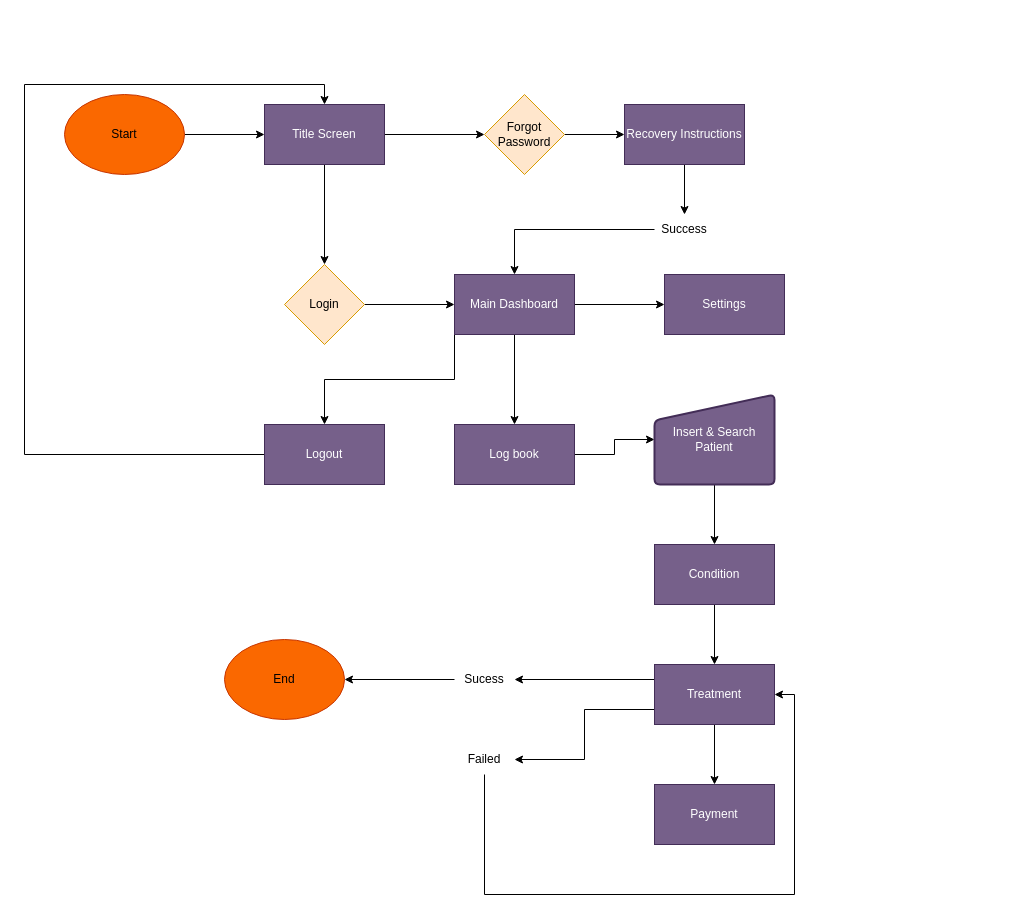
Above: Untitled Diagram.drawio in XeLTzy/my-second-repo (draw.io), before the change. Source tidied: cells renumbered, new cells numbered last; positions are measured from the earlier drawing's top-left corner, leaving out a move shared by most shapes. Both pictures are drawn from the tidied source at 100%, with x=0, y=0 at pixel (24, 84).
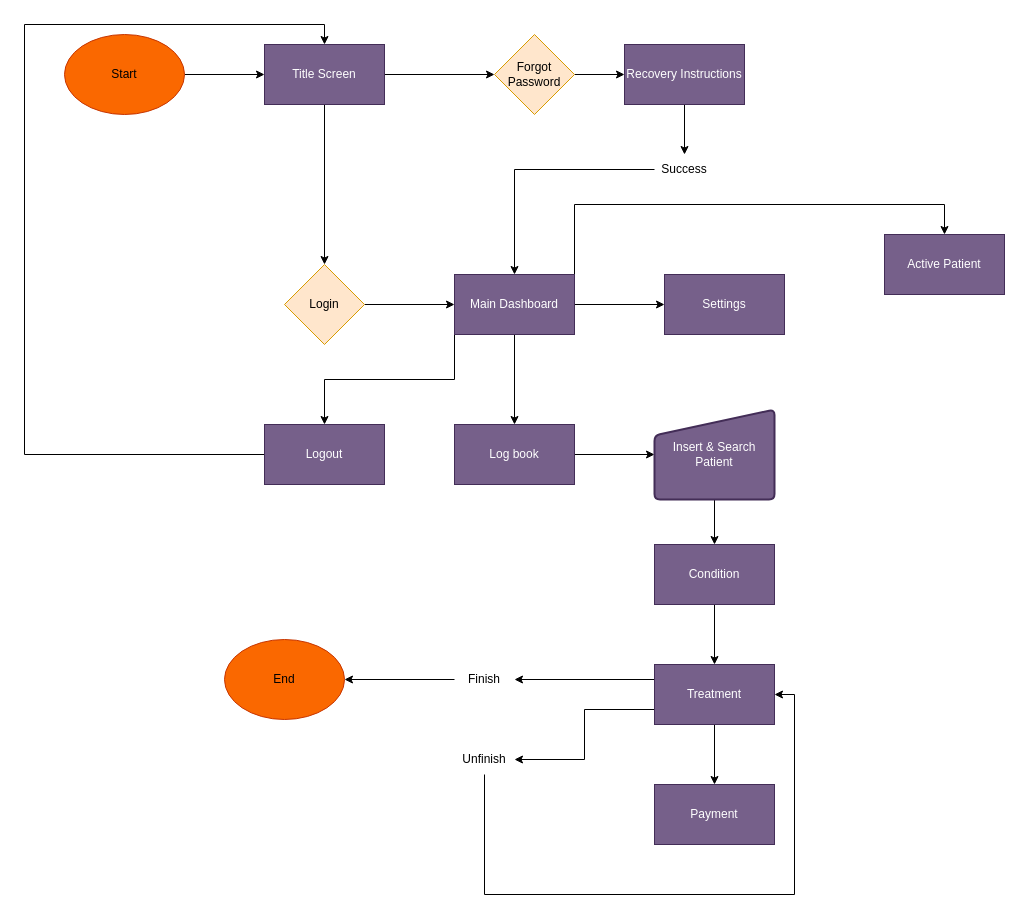
The same diagram, later.

The change refers to these unchanged cells:
```xml
<mxCell id="16" value="Main Dashboard" style="whiteSpace=wrap;html=1;fillColor=#76608a;strokeColor=#432D57;fontColor=#ffffff;" parent="1" vertex="1">
  <mxGeometry x="430" y="190" width="120" height="60" as="geometry" />
</mxCell>
<mxCell id="32" value="Logout" style="whiteSpace=wrap;html=1;fillColor=#76608a;strokeColor=#432D57;fontColor=#ffffff;" parent="1" vertex="1">
  <mxGeometry x="240" y="340" width="120" height="60" as="geometry" />
</mxCell>
```

Change to the diagram source:
```diff
@@
     <mxCell id="3" value="Start" style="ellipse;whiteSpace=wrap;html=1;fillColor=#fa6800;strokeColor=#C73500;fontColor=#000000;" parent="1" vertex="1">
-      <mxGeometry x="40" y="10" width="120" height="80" as="geometry" />
+      <mxGeometry x="40" y="-50" width="120" height="80" as="geometry" />
     </mxCell>
@@
     <mxCell id="6" value="Title Screen" style="whiteSpace=wrap;html=1;fillColor=#76608a;strokeColor=#432D57;fontColor=#ffffff;" parent="1" vertex="1">
-      <mxGeometry x="240" y="20" width="120" height="60" as="geometry" />
+      <mxGeometry x="240" y="-40" width="120" height="60" as="geometry" />
     </mxCell>
@@
     <mxCell id="10" value="Forgot Password" style="rhombus;whiteSpace=wrap;html=1;fillColor=#ffe6cc;strokeColor=#d79b00;" parent="1" vertex="1">
-      <mxGeometry x="460" y="10" width="80" height="80" as="geometry" />
+      <mxGeometry x="470" y="-50" width="80" height="80" as="geometry" />
     </mxCell>
@@
     <mxCell id="12" value="Recovery Instructions" style="whiteSpace=wrap;html=1;fillColor=#76608a;strokeColor=#432D57;fontColor=#ffffff;" parent="1" vertex="1">
-      <mxGeometry x="600" y="20" width="120" height="60" as="geometry" />
+      <mxGeometry x="600" y="-40" width="120" height="60" as="geometry" />
     </mxCell>
@@
+    <mxCell id="38" style="edgeStyle=orthogonalEdgeStyle;rounded=0;jettySize=auto;html=1;exitX=1;exitY=0.25;exitDx=0;exitDy=0;entryX=0.5;entryY=0;entryDx=0;entryDy=0;" parent="1" edge="1" source="16" target="39">
+      <mxGeometry relative="1" as="geometry">
+        <Array as="points">
+          <mxPoint x="550" y="120" />
+          <mxPoint x="920" y="120" />
+        </Array>
+      </mxGeometry>
+    </mxCell>
@@
     <mxCell id="18" value="Success" style="text;html=1;align=center;verticalAlign=middle;whiteSpace=wrap;rounded=0;" parent="1" vertex="1">
-      <mxGeometry x="630" y="130" width="60" height="30" as="geometry" />
+      <mxGeometry x="630" y="70" width="60" height="30" as="geometry" />
     </mxCell>
@@
     <mxCell id="22" value="Insert &amp;amp; Search Patient" style="whiteSpace=wrap;html=1;fillColor=#76608a;strokeColor=#432D57;fontColor=#ffffff;rounded=1;glass=0;shadow=0;strokeWidth=2;shape=manualInput;size=26;arcSize=11;" parent="1" vertex="1">
-      <mxGeometry x="630" y="310" width="120" height="90" as="geometry" />
+      <mxGeometry x="630" y="325" width="120" height="90" as="geometry" />
     </mxCell>
@@
     <mxCell id="31" style="edgeStyle=orthogonalEdgeStyle;rounded=0;jettySize=auto;html=1;exitX=0;exitY=0.5;exitDx=0;exitDy=0;entryX=0.5;entryY=0;entryDx=0;entryDy=0;" parent="1" edge="1" source="32" target="6">
       <mxGeometry relative="1" as="geometry">
         <Array as="points">
           <mxPoint y="370" />
-          <mxPoint />
-          <mxPoint x="300" />
+          <mxPoint y="-60" />
+          <mxPoint x="300" y="-60" />
+          <mxPoint x="300" y="-40" />
         </Array>
       </mxGeometry>
     </mxCell>
@@
-    <mxCell id="34" value="Sucess" style="text;html=1;align=center;verticalAlign=middle;whiteSpace=wrap;rounded=0;" parent="1" vertex="1">
+    <mxCell id="34" value="Finish" style="text;html=1;align=center;verticalAlign=middle;whiteSpace=wrap;rounded=0;" parent="1" vertex="1">
       <mxGeometry x="430" y="580" width="60" height="30" as="geometry" />
     </mxCell>
@@
-    <mxCell id="37" value="Failed" style="text;html=1;align=center;verticalAlign=middle;whiteSpace=wrap;rounded=0;" parent="1" vertex="1">
+    <mxCell id="37" value="Unfinish" style="text;html=1;align=center;verticalAlign=middle;whiteSpace=wrap;rounded=0;" parent="1" vertex="1">
       <mxGeometry x="430" y="660" width="60" height="30" as="geometry" />
     </mxCell>
+    <mxCell id="39" value="Active Patient" style="whiteSpace=wrap;html=1;fillColor=#76608a;strokeColor=#432D57;fontColor=#ffffff;" parent="1" vertex="1">
+      <mxGeometry x="860" y="150" width="120" height="60" as="geometry" />
+    </mxCell>
```
